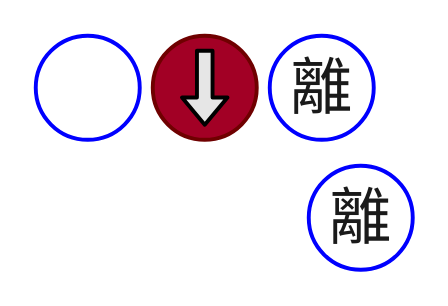
The draw.io diagram StreetFighter6/images/m2_rr.drawio in yamasdais/notebook, before the edit. Source tidied: cells renumbered, new cells numbered last; positions are measured from the earlier drawing's top-left corner, leaving out a move shared by most shapes. Both pictures are drawn from the tidied source at 130%, with x=0, y=0 at pixel (35, 35).
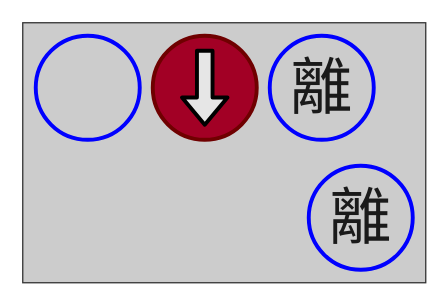
The same page after the edit.

Change to the diagram source:
```diff
@@
 <mxGraphModel>
   <root>
     <mxCell id="0" />
     <mxCell id="1" parent="0" />
+    <mxCell id="12" style="rounded=0;whiteSpace=wrap;html=1;fillColor=#CCCCCC;strokeColor=#333333;" parent="1" vertex="1">
+      <mxGeometry x="-10" y="-10" width="310" height="200" as="geometry" />
+    </mxCell>
     <mxCell id="2" style="group;rotation=-90;" parent="1" vertex="1">
       <mxGeometry x="90" width="80" height="80" as="geometry" />
     </mxCell>
     <mxCell id="3" style="ellipse;whiteSpace=wrap;html=1;strokeWidth=3;fillColor=#a20025;fontColor=#ffffff;strokeColor=#6F0000;rotation=-90;" parent="2" vertex="1">
       <mxGeometry width="80" height="80" as="geometry" />
     </mxCell>
     <mxCell id="4" style="shape=flexArrow;endArrow=classic;html=1;strokeWidth=3;strokeColor=default;fillColor=#E6E6E6;" parent="2" edge="1">
       <mxGeometry relative="1" as="geometry">
         <mxPoint x="40" y="10" as="sourcePoint" />
         <mxPoint x="40" y="70" as="targetPoint" />
       </mxGeometry>
     </mxCell>
     <mxCell id="5" style="ellipse;whiteSpace=wrap;html=1;strokeWidth=3;fillColor=none;strokeColor=#0000FF;" parent="1" vertex="1">
       <mxGeometry width="80" height="80" as="geometry" />
     </mxCell>
     <mxCell id="6" style="group;fillColor=none;" parent="1" vertex="1">
       <mxGeometry x="180" width="80" height="80" as="geometry" />
     </mxCell>
     <mxCell id="7" style="ellipse;whiteSpace=wrap;html=1;strokeWidth=3;fillColor=none;strokeColor=#0000FF;" parent="6" vertex="1">
       <mxGeometry width="80" height="80" as="geometry" />
     </mxCell>
     <mxCell id="8" value="&lt;font face=&quot;Verdana&quot; style=&quot;font-size: 48px;&quot;&gt;離&lt;br style=&quot;font-size: 48px;&quot;&gt;&lt;/font&gt;" style="text;strokeColor=none;align=center;fillColor=none;html=1;verticalAlign=middle;whiteSpace=wrap;rounded=0;fontSize=48;labelBorderColor=none;fontColor=#1A1A1A;labelBackgroundColor=none;" parent="6" vertex="1">
       <mxGeometry y="15" width="80" height="50" as="geometry" />
     </mxCell>
     <mxCell id="9" style="group;fillColor=none;" parent="1" vertex="1">
       <mxGeometry x="210" y="100" width="80" height="80" as="geometry" />
     </mxCell>
     <mxCell id="10" style="ellipse;whiteSpace=wrap;html=1;strokeWidth=3;fillColor=none;strokeColor=#0000FF;" parent="9" vertex="1">
       <mxGeometry width="80" height="80" as="geometry" />
     </mxCell>
     <mxCell id="11" value="&lt;font face=&quot;Verdana&quot; style=&quot;font-size: 48px;&quot;&gt;離&lt;br style=&quot;font-size: 48px;&quot;&gt;&lt;/font&gt;" style="text;strokeColor=none;align=center;fillColor=none;html=1;verticalAlign=middle;whiteSpace=wrap;rounded=0;fontSize=48;labelBorderColor=none;fontColor=#1A1A1A;labelBackgroundColor=none;" parent="9" vertex="1">
       <mxGeometry y="15" width="80" height="50" as="geometry" />
     </mxCell>
   </root>
 </mxGraphModel>
```
